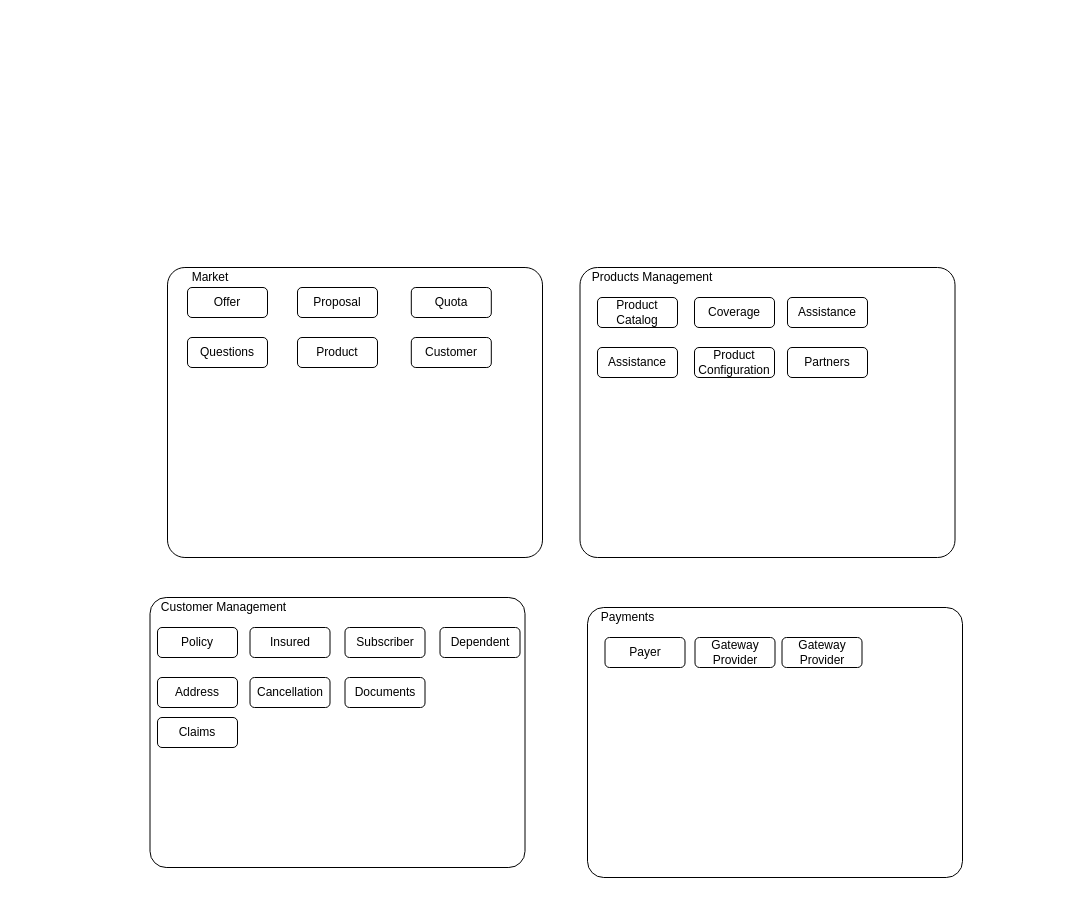
Above: page "DDD" (2 of 2) of localInsurance.drawio in osnirmaster/localinsurance (draw.io), before the change. Source tidied: cells renumbered, new cells numbered last; positions are measured from the earlier drawing's top-left corner, leaving out a move shared by most shapes. Both pictures are drawn from the tidied source at 100%, with x=0, y=0 at pixel (149, 267).
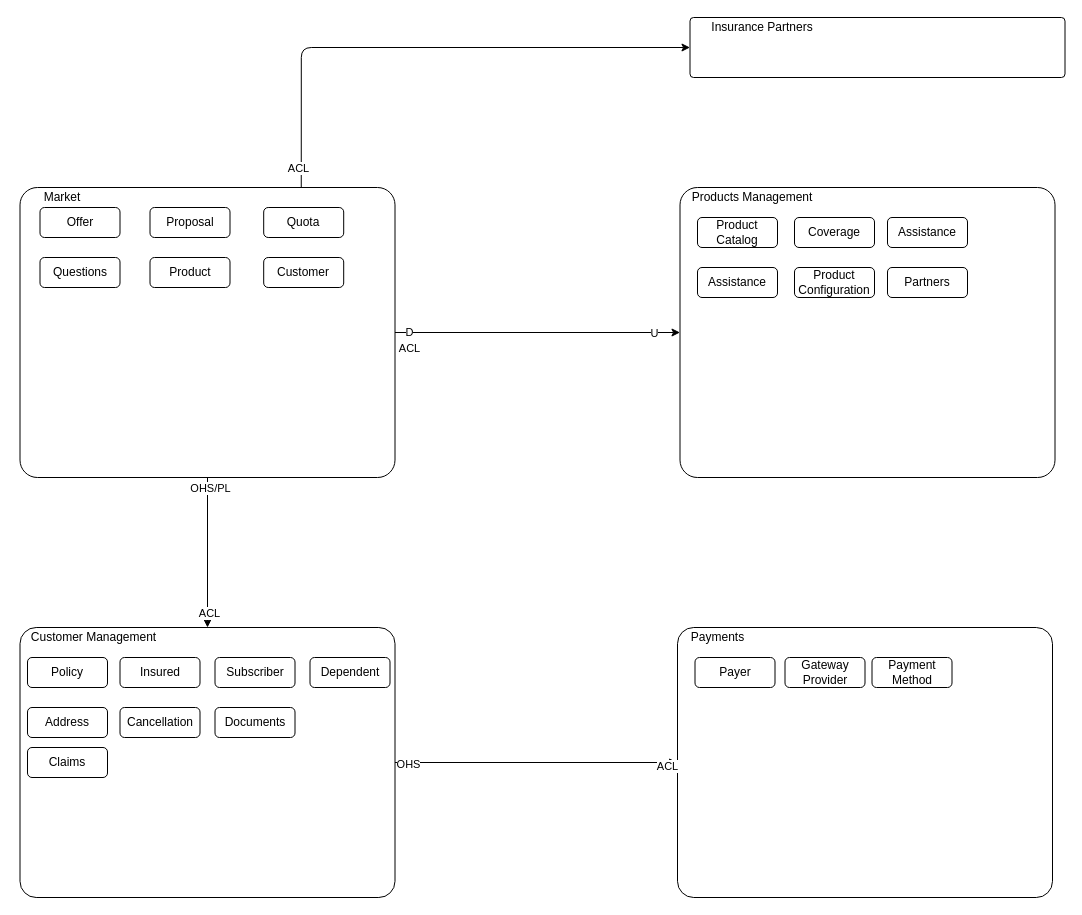
Above is the later version.

Diff of the diagram source:
```diff
@@
+    <mxCell id="33" style="edgeStyle=orthogonalEdgeStyle;jettySize=auto;html=1;exitX=1;exitY=0.5;exitDx=0;exitDy=0;entryX=0;entryY=0.5;entryDx=0;entryDy=0;rounded=1;" parent="1" edge="1" source="2" target="4">
+      <mxGeometry relative="1" as="geometry" />
+    </mxCell>
+    <mxCell id="34" value="D" style="edgeLabel;html=1;align=center;verticalAlign=middle;" parent="33" vertex="1">
+      <mxGeometry x="-0.91" y="1" relative="1" as="geometry">
+        <mxPoint x="1" as="offset" />
+      </mxGeometry>
+    </mxCell>
+    <mxCell id="35" value="U" style="edgeLabel;html=1;align=center;verticalAlign=middle;" parent="33" vertex="1">
+      <mxGeometry x="0.82" relative="1" as="geometry" />
+    </mxCell>
+    <mxCell id="36" value="ACL" style="edgeLabel;html=1;align=center;verticalAlign=middle;" parent="33" vertex="1">
+      <mxGeometry x="-0.79" y="-1" relative="1" as="geometry">
+        <mxPoint x="-16.5" y="14" as="offset" />
+      </mxGeometry>
+    </mxCell>
+    <mxCell id="37" style="edgeStyle=orthogonalEdgeStyle;jettySize=auto;html=1;exitX=0.75;exitY=0;exitDx=0;exitDy=0;entryX=0;entryY=0.5;entryDx=0;entryDy=0;rounded=1;" parent="1" edge="1" source="2" target="46">
+      <mxGeometry relative="1" as="geometry" />
+    </mxCell>
+    <mxCell id="38" value="ACL" style="edgeLabel;html=1;align=center;verticalAlign=middle;" parent="37" vertex="1">
+      <mxGeometry x="-0.93" y="3" relative="1" as="geometry" />
+    </mxCell>
+    <mxCell id="39" style="edgeStyle=orthogonalEdgeStyle;rounded=1;jettySize=auto;html=1;exitX=0.5;exitY=1;exitDx=0;exitDy=0;entryX=0.5;entryY=0;entryDx=0;entryDy=0;" parent="1" edge="1" source="2" target="8">
+      <mxGeometry relative="1" as="geometry" />
+    </mxCell>
+    <mxCell id="40" value="OHS/PL" style="edgeLabel;html=1;align=center;verticalAlign=middle;" parent="39" vertex="1">
+      <mxGeometry x="-0.87" y="2" relative="1" as="geometry" />
+    </mxCell>
+    <mxCell id="41" value="ACL" style="edgeLabel;html=1;align=center;verticalAlign=middle;" parent="39" vertex="1">
+      <mxGeometry x="0.8" y="1" relative="1" as="geometry" />
+    </mxCell>
     <mxCell id="2" style="rounded=1;whiteSpace=wrap;html=1;arcSize=6;" parent="1" vertex="1">
-      <mxGeometry x="18" width="375" height="290" as="geometry" />
+      <mxGeometry x="-129.5" y="-80" width="375" height="290" as="geometry" />
     </mxCell>
     <mxCell id="3" value="Market" style="text;html=1;strokeColor=none;fillColor=none;align=center;verticalAlign=middle;whiteSpace=wrap;rounded=0;" parent="1" vertex="1">
-      <mxGeometry x="15.5" width="90" height="20" as="geometry" />
+      <mxGeometry x="-132" y="-80" width="90" height="20" as="geometry" />
     </mxCell>
     <mxCell id="4" style="rounded=1;whiteSpace=wrap;html=1;arcSize=6;" parent="1" vertex="1">
-      <mxGeometry x="430.5" width="375" height="290" as="geometry" />
+      <mxGeometry x="530.5" y="-80" width="375" height="290" as="geometry" />
     </mxCell>
     <mxCell id="5" value="Products Management" style="text;html=1;strokeColor=none;fillColor=none;align=center;verticalAlign=middle;whiteSpace=wrap;rounded=0;" parent="1" vertex="1">
-      <mxGeometry x="428" width="150" height="20" as="geometry" />
+      <mxGeometry x="528" y="-80" width="150" height="20" as="geometry" />
     </mxCell>
     <mxCell id="6" style="rounded=1;whiteSpace=wrap;html=1;arcSize=6;" parent="1" vertex="1">
-      <mxGeometry x="438" y="340" width="375" height="270" as="geometry" />
+      <mxGeometry x="528" y="360" width="375" height="270" as="geometry" />
     </mxCell>
     <mxCell id="7" value="Payments" style="text;html=1;strokeColor=none;fillColor=none;align=center;verticalAlign=middle;whiteSpace=wrap;rounded=0;" parent="1" vertex="1">
-      <mxGeometry x="445.5" y="340" width="65" height="20" as="geometry" />
+      <mxGeometry x="535.5" y="360" width="65" height="20" as="geometry" />
     </mxCell>
+    <mxCell id="42" style="edgeStyle=orthogonalEdgeStyle;rounded=1;jettySize=auto;html=1;exitX=1;exitY=0.5;exitDx=0;exitDy=0;entryX=0;entryY=0.5;entryDx=0;entryDy=0;" parent="1" edge="1" source="8" target="6">
+      <mxGeometry relative="1" as="geometry" />
+    </mxCell>
+    <mxCell id="43" value="OHS" style="edgeLabel;html=1;align=center;verticalAlign=middle;" parent="42" vertex="1">
+      <mxGeometry x="-0.91" y="-1" relative="1" as="geometry" />
+    </mxCell>
+    <mxCell id="44" value="ACL" style="edgeLabel;html=1;align=center;verticalAlign=middle;" parent="42" vertex="1">
+      <mxGeometry x="0.92" y="-3" relative="1" as="geometry">
+        <mxPoint x="1" as="offset" />
+      </mxGeometry>
+    </mxCell>
     <mxCell id="8" style="rounded=1;whiteSpace=wrap;html=1;arcSize=6;" parent="1" vertex="1">
-      <mxGeometry x="0.5" y="330" width="375" height="270" as="geometry" />
+      <mxGeometry x="-129.5" y="360" width="375" height="270" as="geometry" />
     </mxCell>
     <mxCell id="9" value="Customer Management" style="text;html=1;strokeColor=none;fillColor=none;align=center;verticalAlign=middle;whiteSpace=wrap;rounded=0;" parent="1" vertex="1">
-      <mxGeometry x="8" y="330" width="132.5" height="20" as="geometry" />
+      <mxGeometry x="-122" y="360" width="132.5" height="20" as="geometry" />
     </mxCell>
     <mxCell id="10" value="Offer" style="rounded=1;whiteSpace=wrap;html=1;" parent="1" vertex="1">
-      <mxGeometry x="38" y="20" width="80" height="30" as="geometry" />
+      <mxGeometry x="-109.5" y="-60" width="80" height="30" as="geometry" />
     </mxCell>
     <mxCell id="11" value="Proposal" style="rounded=1;whiteSpace=wrap;html=1;" parent="1" vertex="1">
-      <mxGeometry x="148" y="20" width="80" height="30" as="geometry" />
+      <mxGeometry x="0.5" y="-60" width="80" height="30" as="geometry" />
     </mxCell>
     <mxCell id="12" value="Quota" style="rounded=1;whiteSpace=wrap;html=1;" parent="1" vertex="1">
-      <mxGeometry x="261.8" y="20" width="80" height="30" as="geometry" />
+      <mxGeometry x="114.2" y="-60" width="80" height="30" as="geometry" />
     </mxCell>
     <mxCell id="13" value="Policy" style="rounded=1;whiteSpace=wrap;html=1;" parent="1" vertex="1">
-      <mxGeometry x="8" y="360" width="80" height="30" as="geometry" />
+      <mxGeometry x="-122" y="390" width="80" height="30" as="geometry" />
     </mxCell>
     <mxCell id="14" value="Insured" style="rounded=1;whiteSpace=wrap;html=1;" parent="1" vertex="1">
-      <mxGeometry x="100.5" y="360" width="80" height="30" as="geometry" />
+      <mxGeometry x="-29.5" y="390" width="80" height="30" as="geometry" />
     </mxCell>
     <mxCell id="15" value="Subscriber" style="rounded=1;whiteSpace=wrap;html=1;" parent="1" vertex="1">
-      <mxGeometry x="195.5" y="360" width="80" height="30" as="geometry" />
+      <mxGeometry x="65.5" y="390" width="80" height="30" as="geometry" />
     </mxCell>
     <mxCell id="16" value="Dependent" style="rounded=1;whiteSpace=wrap;html=1;" parent="1" vertex="1">
-      <mxGeometry x="290.5" y="360" width="80" height="30" as="geometry" />
+      <mxGeometry x="160.5" y="390" width="80" height="30" as="geometry" />
     </mxCell>
     <mxCell id="17" value="Address" style="rounded=1;whiteSpace=wrap;html=1;" parent="1" vertex="1">
-      <mxGeometry x="8" y="410" width="80" height="30" as="geometry" />
+      <mxGeometry x="-122" y="440" width="80" height="30" as="geometry" />
     </mxCell>
     <mxCell id="18" value="Cancellation" style="rounded=1;whiteSpace=wrap;html=1;" parent="1" vertex="1">
-      <mxGeometry x="100.5" y="410" width="80" height="30" as="geometry" />
+      <mxGeometry x="-29.5" y="440" width="80" height="30" as="geometry" />
     </mxCell>
     <mxCell id="19" value="Documents" style="rounded=1;whiteSpace=wrap;html=1;" parent="1" vertex="1">
-      <mxGeometry x="195.5" y="410" width="80" height="30" as="geometry" />
+      <mxGeometry x="65.5" y="440" width="80" height="30" as="geometry" />
     </mxCell>
     <mxCell id="20" value="Questions" style="rounded=1;whiteSpace=wrap;html=1;" parent="1" vertex="1">
-      <mxGeometry x="38" y="70" width="80" height="30" as="geometry" />
+      <mxGeometry x="-109.5" y="-10" width="80" height="30" as="geometry" />
     </mxCell>
     <mxCell id="21" value="Product&lt;br&gt;Catalog" style="rounded=1;whiteSpace=wrap;html=1;" parent="1" vertex="1">
-      <mxGeometry x="448" y="30" width="80" height="30" as="geometry" />
+      <mxGeometry x="548" y="-50" width="80" height="30" as="geometry" />
     </mxCell>
     <mxCell id="22" value="Coverage" style="rounded=1;whiteSpace=wrap;html=1;" parent="1" vertex="1">
-      <mxGeometry x="545" y="30" width="80" height="30" as="geometry" />
+      <mxGeometry x="645" y="-50" width="80" height="30" as="geometry" />
     </mxCell>
     <mxCell id="23" value="Assistance" style="rounded=1;whiteSpace=wrap;html=1;" parent="1" vertex="1">
-      <mxGeometry x="638" y="30" width="80" height="30" as="geometry" />
+      <mxGeometry x="738" y="-50" width="80" height="30" as="geometry" />
     </mxCell>
     <mxCell id="24" value="Assistance" style="rounded=1;whiteSpace=wrap;html=1;" parent="1" vertex="1">
-      <mxGeometry x="448" y="80" width="80" height="30" as="geometry" />
+      <mxGeometry x="548" width="80" height="30" as="geometry" />
     </mxCell>
     <mxCell id="25" value="Product Configuration" style="rounded=1;whiteSpace=wrap;html=1;" parent="1" vertex="1">
-      <mxGeometry x="545" y="80" width="80" height="30" as="geometry" />
+      <mxGeometry x="645" width="80" height="30" as="geometry" />
     </mxCell>
     <mxCell id="26" value="Payer" style="rounded=1;whiteSpace=wrap;html=1;" parent="1" vertex="1">
-      <mxGeometry x="455.5" y="370" width="80" height="30" as="geometry" />
+      <mxGeometry x="545.5" y="390" width="80" height="30" as="geometry" />
     </mxCell>
     <mxCell id="27" value="Gateway&lt;br&gt;Provider" style="rounded=1;whiteSpace=wrap;html=1;" parent="1" vertex="1">
-      <mxGeometry x="545.5" y="370" width="80" height="30" as="geometry" />
+      <mxGeometry x="635.5" y="390" width="80" height="30" as="geometry" />
     </mxCell>
-    <mxCell id="28" value="Gateway&lt;br&gt;Provider" style="rounded=1;whiteSpace=wrap;html=1;" parent="1" vertex="1">
-      <mxGeometry x="632.5" y="370" width="80" height="30" as="geometry" />
+    <mxCell id="28" value="Payment&lt;br&gt;Method" style="rounded=1;whiteSpace=wrap;html=1;" parent="1" vertex="1">
+      <mxGeometry x="722.5" y="390" width="80" height="30" as="geometry" />
     </mxCell>
     <mxCell id="29" value="Partners" style="rounded=1;whiteSpace=wrap;html=1;" parent="1" vertex="1">
-      <mxGeometry x="638" y="80" width="80" height="30" as="geometry" />
+      <mxGeometry x="738" width="80" height="30" as="geometry" />
     </mxCell>
     <mxCell id="30" value="Claims" style="rounded=1;whiteSpace=wrap;html=1;" parent="1" vertex="1">
-      <mxGeometry x="8" y="450" width="80" height="30" as="geometry" />
+      <mxGeometry x="-122" y="480" width="80" height="30" as="geometry" />
     </mxCell>
     <mxCell id="31" value="Customer" style="rounded=1;whiteSpace=wrap;html=1;" parent="1" vertex="1">
-      <mxGeometry x="261.8" y="70" width="80" height="30" as="geometry" />
+      <mxGeometry x="114.2" y="-10" width="80" height="30" as="geometry" />
     </mxCell>
     <mxCell id="32" value="Product" style="rounded=1;whiteSpace=wrap;html=1;" parent="1" vertex="1">
-      <mxGeometry x="148" y="70" width="80" height="30" as="geometry" />
+      <mxGeometry x="0.5" y="-10" width="80" height="30" as="geometry" />
     </mxCell>
+    <mxCell id="45" style="group;" parent="1" vertex="1">
+      <mxGeometry x="538" y="-250" width="377.5" height="60" as="geometry" />
+    </mxCell>
+    <mxCell id="46" style="rounded=1;whiteSpace=wrap;html=1;arcSize=6;" parent="45" vertex="1">
+      <mxGeometry x="2.5" width="375" height="60" as="geometry" />
+    </mxCell>
+    <mxCell id="47" value="Insurance Partners" style="text;html=1;strokeColor=none;fillColor=none;align=center;verticalAlign=middle;whiteSpace=wrap;rounded=0;" parent="45" vertex="1">
+      <mxGeometry width="150" height="20" as="geometry" />
+    </mxCell>
```
